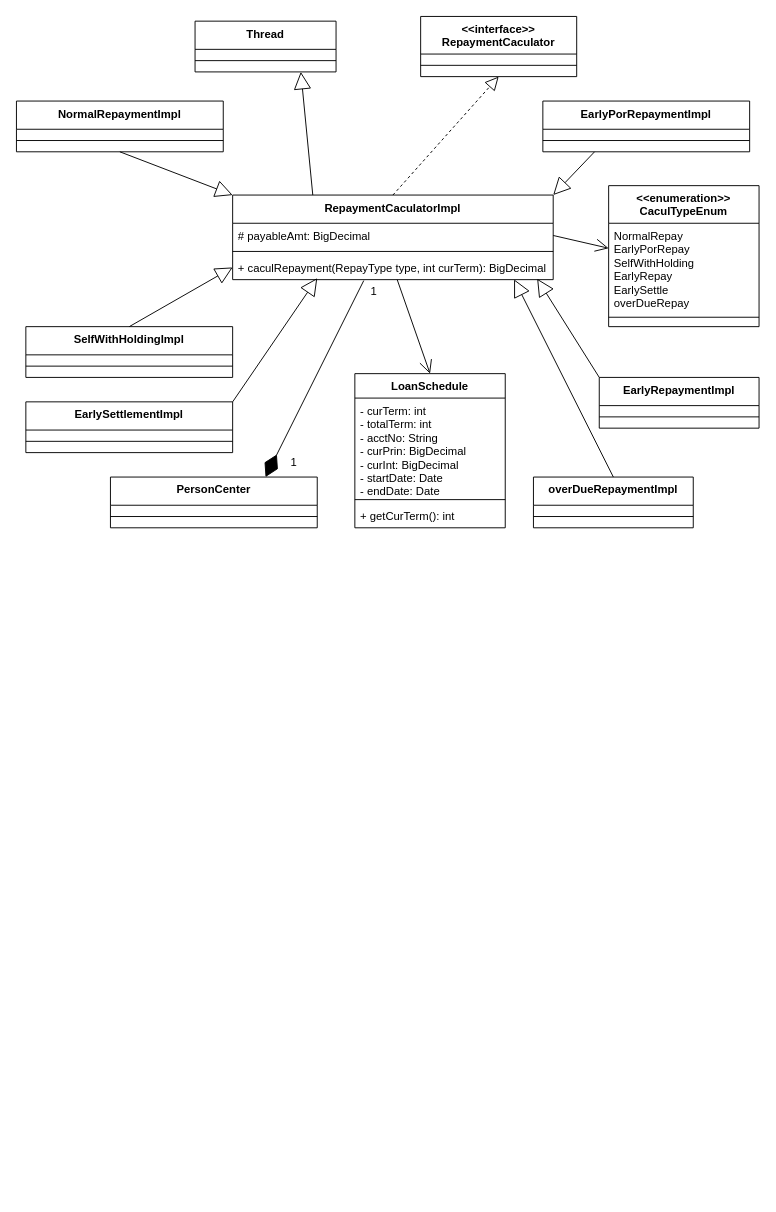
The draw.io diagram 还款试算类图.drawio in wuxiao-web/graduationThesis, before the edit. Source tidied: cells renumbered, new cells numbered last; positions are measured from the earlier drawing's top-left corner, leaving out a move shared by most shapes. Both pictures are drawn from the tidied source at 94%, with x=0, y=0 at pixel (16, 16).
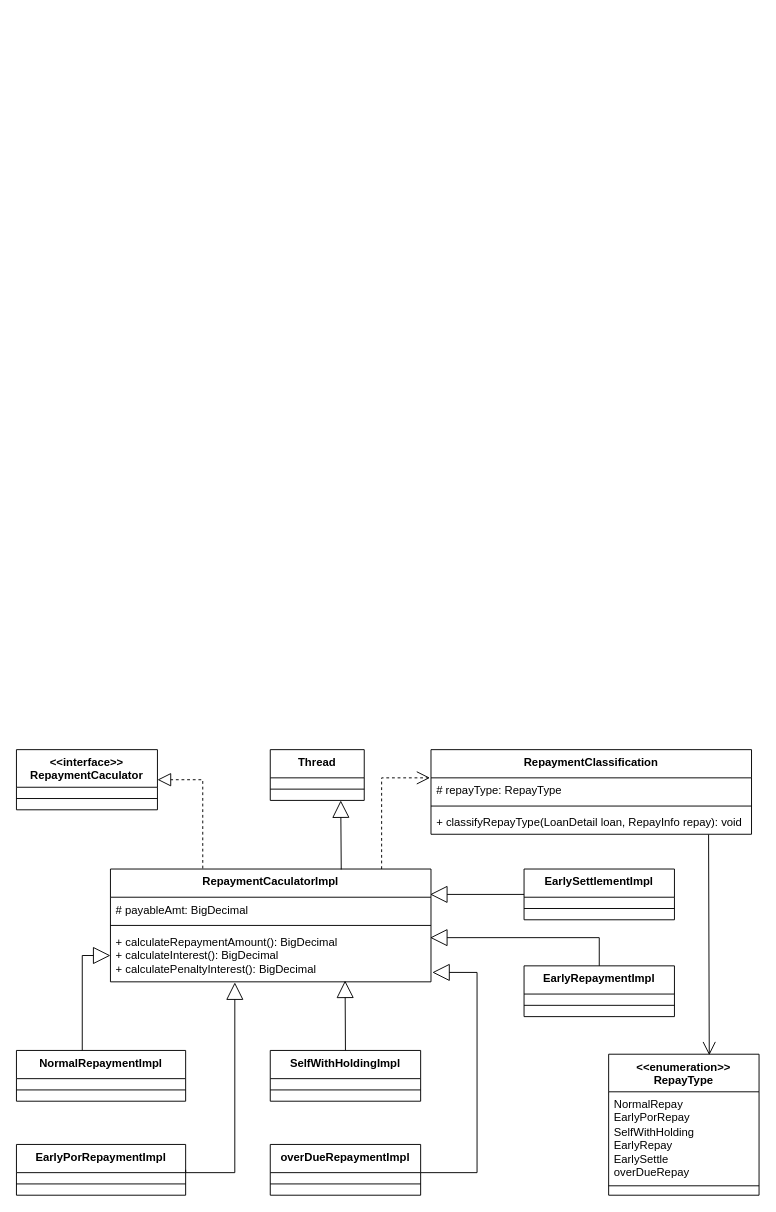
The same diagram, later.

Commit message:
更新还款试算类图.drawio

The change refers to these unchanged cells:
```xml
<mxCell id="11" value="# payableAmt: BigDecimal" style="text;strokeColor=none;fillColor=none;align=left;verticalAlign=top;spacingLeft=4;spacingRight=4;overflow=hidden;points=[[0,0.5],[1,0.5]];portConstraint=eastwest;whiteSpace=wrap;html=1;" parent="10" vertex="1">
  <mxGeometry y="30" width="341" height="26" as="geometry" />
</mxCell>
```

Diff of the diagram source:
```diff
@@
     <mxCell id="2" value="&amp;lt;&amp;lt;interface&amp;gt;&amp;gt;&lt;br&gt;RepaymentCaculator" style="swimlane;fontStyle=1;align=center;verticalAlign=top;horizontal=1;startSize=40;whiteSpace=wrap;html=1;" parent="1" vertex="1">
-      <mxGeometry x="430" width="166" height="64" as="geometry" />
+      <mxGeometry y="780" width="150" height="64" as="geometry" />
     </mxCell>
-    <mxCell id="3" style="line;strokeWidth=1;fillColor=none;align=left;verticalAlign=middle;spacingTop=-1;spacingLeft=3;spacingRight=3;labelPosition=right;strokeColor=inherit;" parent="2" vertex="1">
-      <mxGeometry y="40" width="166" height="24" as="geometry" />
-    </mxCell>
-    <mxCell id="4" value="NormalRepaymentImpl" style="swimlane;fontStyle=1;align=center;verticalAlign=top;horizontal=1;startSize=30;whiteSpace=wrap;html=1;" parent="1" vertex="1">
-      <mxGeometry y="90" width="220" height="54" as="geometry" />
-    </mxCell>
-    <mxCell id="5" style="line;strokeWidth=1;fillColor=none;align=left;verticalAlign=middle;spacingTop=-1;spacingLeft=3;spacingRight=3;labelPosition=right;strokeColor=inherit;" parent="4" vertex="1">
-      <mxGeometry y="30" width="220" height="24" as="geometry" />
-    </mxCell>
-    <mxCell id="6" value="EarlyRepaymentImpl" style="swimlane;fontStyle=1;align=center;verticalAlign=top;horizontal=1;startSize=30;whiteSpace=wrap;html=1;" parent="1" vertex="1">
-      <mxGeometry x="620" y="384" width="170" height="54" as="geometry" />
-    </mxCell>
-    <mxCell id="7" style="line;strokeWidth=1;fillColor=none;align=left;verticalAlign=middle;spacingTop=-1;spacingLeft=3;spacingRight=3;labelPosition=right;strokeColor=inherit;" parent="6" vertex="1">
-      <mxGeometry y="30" width="170" height="24" as="geometry" />
-    </mxCell>
-    <mxCell id="8" value="EarlyPorRepaymentImpl" style="swimlane;fontStyle=1;align=center;verticalAlign=top;horizontal=1;startSize=30;whiteSpace=wrap;html=1;" parent="1" vertex="1">
-      <mxGeometry x="560" y="90" width="220" height="54" as="geometry" />
-    </mxCell>
-    <mxCell id="9" style="line;strokeWidth=1;fillColor=none;align=left;verticalAlign=middle;spacingTop=-1;spacingLeft=3;spacingRight=3;labelPosition=right;strokeColor=inherit;" parent="8" vertex="1">
-      <mxGeometry y="30" width="220" height="24" as="geometry" />
-    </mxCell>
+    <mxCell id="44" style="line;strokeWidth=1;fillColor=none;align=left;verticalAlign=middle;spacingTop=-1;spacingLeft=3;spacingRight=3;labelPosition=right;strokeColor=inherit;" parent="2" vertex="1">
+      <mxGeometry y="40" width="150" height="24" as="geometry" />
+    </mxCell>
     <mxCell id="10" value="RepaymentCaculatorImpl" style="swimlane;fontStyle=1;align=center;verticalAlign=top;horizontal=1;startSize=30;whiteSpace=wrap;html=1;" parent="1" vertex="1">
-      <mxGeometry x="230" y="190" width="341" height="90" as="geometry" />
+      <mxGeometry x="100" y="907" width="341" height="120" as="geometry" />
     </mxCell>
@@
-    <mxCell id="12" style="line;strokeWidth=1;fillColor=none;align=left;verticalAlign=middle;spacingTop=-1;spacingLeft=3;spacingRight=3;labelPosition=right;strokeColor=inherit;" parent="10" vertex="1">
-      <mxGeometry y="56" width="341" height="8" as="geometry" />
-    </mxCell>
-    <mxCell id="13" value="+ caculRepayment(RepayType type, int curTerm): BigDecimal" style="text;strokeColor=none;fillColor=none;align=left;verticalAlign=top;spacingLeft=4;spacingRight=4;overflow=hidden;points=[[0,0.5],[1,0.5]];portConstraint=eastwest;whiteSpace=wrap;html=1;" parent="10" vertex="1">
-      <mxGeometry y="64" width="341" height="26" as="geometry" />
-    </mxCell>
+    <mxCell id="45" style="line;strokeWidth=1;fillColor=none;align=left;verticalAlign=middle;spacingTop=-1;spacingLeft=3;spacingRight=3;labelPosition=right;strokeColor=inherit;" parent="10" vertex="1">
+      <mxGeometry y="56" width="341" height="8" as="geometry" />
+    </mxCell>
+    <mxCell id="46" value="+&amp;nbsp;calculateRepaymentAmount(): BigDecimal&lt;br&gt;+ calculateInterest(): BigDecimal&lt;br&gt;+ calculatePenaltyInterest(): BigDecimal" style="text;strokeColor=none;fillColor=none;align=left;verticalAlign=top;spacingLeft=4;spacingRight=4;overflow=hidden;points=[[0,0.5],[1,0.5]];portConstraint=eastwest;whiteSpace=wrap;html=1;" parent="10" vertex="1">
+      <mxGeometry y="64" width="341" height="56" as="geometry" />
+    </mxCell>
+    <mxCell id="31" value="Thread" style="swimlane;fontStyle=1;align=center;verticalAlign=top;horizontal=1;startSize=30;whiteSpace=wrap;html=1;" parent="1" vertex="1">
+      <mxGeometry x="270" y="780" width="100" height="54" as="geometry" />
+    </mxCell>
+    <mxCell id="47" style="line;strokeWidth=1;fillColor=none;align=left;verticalAlign=middle;spacingTop=-1;spacingLeft=3;spacingRight=3;labelPosition=right;strokeColor=inherit;" parent="31" vertex="1">
+      <mxGeometry y="30" width="100" height="24" as="geometry" />
+    </mxCell>
-    <mxCell id="14" style="endArrow=block;dashed=1;endFill=0;endSize=12;html=1;rounded=0;exitX=0.5;exitY=0;exitDx=0;exitDy=0;entryX=0.5;entryY=1;entryDx=0;entryDy=0;" parent="1" edge="1" source="10" target="2">
+    <mxCell id="14" style="endArrow=block;dashed=1;endFill=0;endSize=12;html=1;rounded=0;exitX=0.288;exitY=-0.005;exitDx=0;exitDy=0;exitPerimeter=0;entryX=1;entryY=0.5;entryDx=0;entryDy=0;edgeStyle=orthogonalEdgeStyle;" parent="1" edge="1" source="10" target="2">
       <mxGeometry relative="1" as="geometry" />
     </mxCell>
-    <mxCell id="15" value="EarlySettlementImpl" style="swimlane;fontStyle=1;align=center;verticalAlign=top;horizontal=1;startSize=30;whiteSpace=wrap;html=1;" parent="1" vertex="1">
-      <mxGeometry x="10" y="410" width="220" height="54" as="geometry" />
-    </mxCell>
-    <mxCell id="16" style="line;strokeWidth=1;fillColor=none;align=left;verticalAlign=middle;spacingTop=-1;spacingLeft=3;spacingRight=3;labelPosition=right;strokeColor=inherit;" parent="15" vertex="1">
-      <mxGeometry y="30" width="220" height="24" as="geometry" />
-    </mxCell>
-    <mxCell id="17" value="overDueRepaymentImpl" style="swimlane;fontStyle=1;align=center;verticalAlign=top;horizontal=1;startSize=30;whiteSpace=wrap;html=1;" parent="1" vertex="1">
-      <mxGeometry x="550" y="490" width="170" height="54" as="geometry" />
-    </mxCell>
-    <mxCell id="18" style="line;strokeWidth=1;fillColor=none;align=left;verticalAlign=middle;spacingTop=-1;spacingLeft=3;spacingRight=3;labelPosition=right;strokeColor=inherit;" parent="17" vertex="1">
-      <mxGeometry y="30" width="170" height="24" as="geometry" />
-    </mxCell>
-    <mxCell id="19" value="SelfWithHoldingImpl" style="swimlane;fontStyle=1;align=center;verticalAlign=top;horizontal=1;startSize=30;whiteSpace=wrap;html=1;" parent="1" vertex="1">
-      <mxGeometry x="10" y="330" width="220" height="54" as="geometry" />
-    </mxCell>
-    <mxCell id="20" style="line;strokeWidth=1;fillColor=none;align=left;verticalAlign=middle;spacingTop=-1;spacingLeft=3;spacingRight=3;labelPosition=right;strokeColor=inherit;" parent="19" vertex="1">
-      <mxGeometry y="30" width="220" height="24" as="geometry" />
-    </mxCell>
-    <mxCell id="21" value="&lt;b style=&quot;border-color: var(--border-color);&quot;&gt;&amp;lt;&amp;lt;enumeration&amp;gt;&amp;gt;&lt;br style=&quot;border-color: var(--border-color);&quot;&gt;CaculTypeEnum&lt;br&gt;&lt;/b&gt;" style="swimlane;fontStyle=1;align=center;verticalAlign=top;horizontal=1;startSize=40;whiteSpace=wrap;html=1;" parent="1" vertex="1">
-      <mxGeometry x="630" y="180" width="160" height="150" as="geometry" />
-    </mxCell>
+    <mxCell id="33" style="endArrow=block;endSize=16;endFill=0;html=1;rounded=0;entryX=0.75;entryY=1;entryDx=0;entryDy=0;exitX=0.72;exitY=0.004;exitDx=0;exitDy=0;exitPerimeter=0;" parent="1" edge="1" source="10" target="31">
+      <mxGeometry relative="1" as="geometry" />
+    </mxCell>
+    <mxCell id="48" value="RepaymentClassification" style="swimlane;fontStyle=1;align=center;verticalAlign=top;horizontal=1;startSize=30;whiteSpace=wrap;html=1;" parent="1" vertex="1">
+      <mxGeometry x="441" y="780" width="341" height="90" as="geometry" />
+    </mxCell>
+    <mxCell id="49" value="# repayType: RepayType" style="text;strokeColor=none;fillColor=none;align=left;verticalAlign=top;spacingLeft=4;spacingRight=4;overflow=hidden;whiteSpace=wrap;html=1;" parent="48" vertex="1">
+      <mxGeometry y="30" width="341" height="26" as="geometry" />
+    </mxCell>
+    <mxCell id="50" style="line;strokeWidth=1;fillColor=none;align=left;verticalAlign=middle;spacingTop=-1;spacingLeft=3;spacingRight=3;labelPosition=right;strokeColor=inherit;" parent="48" vertex="1">
+      <mxGeometry y="56" width="341" height="8" as="geometry" />
+    </mxCell>
+    <mxCell id="51" value="+ classifyRepayType(LoanDetail loan, RepayInfo repay): void&amp;nbsp;" style="text;strokeColor=none;fillColor=none;align=left;verticalAlign=top;spacingLeft=4;spacingRight=4;overflow=hidden;points=[[0,0.5],[1,0.5]];portConstraint=eastwest;whiteSpace=wrap;html=1;" parent="48" vertex="1">
+      <mxGeometry y="64" width="341" height="26" as="geometry" />
+    </mxCell>
+    <mxCell id="52" style="endArrow=open;endSize=12;dashed=1;html=1;rounded=0;exitX=0.846;exitY=0;exitDx=0;exitDy=0;exitPerimeter=0;edgeStyle=orthogonalEdgeStyle;" parent="1" edge="1" source="10">
+      <mxGeometry relative="1" as="geometry">
+        <mxPoint x="440" y="810" as="targetPoint" />
+        <Array as="points">
+          <mxPoint x="389" y="810" />
+          <mxPoint x="441" y="810" />
+        </Array>
+      </mxGeometry>
+    </mxCell>
+    <mxCell id="53" value="&lt;b style=&quot;border-color: var(--border-color);&quot;&gt;&amp;lt;&amp;lt;enumeration&amp;gt;&amp;gt;&lt;br style=&quot;border-color: var(--border-color);&quot;&gt;RepayType&lt;br&gt;&lt;/b&gt;" style="swimlane;fontStyle=1;align=center;verticalAlign=top;horizontal=1;startSize=40;whiteSpace=wrap;html=1;" parent="1" vertex="1">
+      <mxGeometry x="630" y="1104" width="160" height="150" as="geometry" />
+    </mxCell>
-    <mxCell id="22" value="NormalRepay&lt;br&gt;EarlyPorRepay&lt;br&gt;SelfWithHolding&lt;br&gt;EarlyRepay&lt;br&gt;EarlySettle&lt;br&gt;overDueRepay" style="text;strokeColor=none;fillColor=none;align=left;verticalAlign=top;spacingLeft=4;spacingRight=4;overflow=hidden;points=[[0,0.5],[1,0.5]];portConstraint=eastwest;whiteSpace=wrap;html=1;" parent="21" vertex="1">
+    <mxCell id="22" value="NormalRepay&lt;br&gt;EarlyPorRepay&lt;br&gt;SelfWithHolding&lt;br&gt;EarlyRepay&lt;br&gt;EarlySettle&lt;br&gt;overDueRepay" style="text;strokeColor=none;fillColor=none;align=left;verticalAlign=top;spacingLeft=4;spacingRight=4;overflow=hidden;points=[[0,0.5],[1,0.5]];portConstraint=eastwest;whiteSpace=wrap;html=1;" parent="53" vertex="1">
       <mxGeometry y="40" width="160" height="90" as="geometry" />
     </mxCell>
-    <mxCell id="23" style="line;strokeWidth=1;fillColor=none;align=left;verticalAlign=middle;spacingTop=-1;spacingLeft=3;spacingRight=3;labelPosition=right;strokeColor=inherit;" parent="21" vertex="1">
+    <mxCell id="23" style="line;strokeWidth=1;fillColor=none;align=left;verticalAlign=middle;spacingTop=-1;spacingLeft=3;spacingRight=3;labelPosition=right;strokeColor=inherit;" parent="53" vertex="1">
       <mxGeometry y="130" width="160" height="20" as="geometry" />
     </mxCell>
-    <mxCell id="24" style="endArrow=open;endFill=1;endSize=12;html=1;rounded=0;exitX=1;exitY=0.5;exitDx=0;exitDy=0;" parent="1" edge="1" source="11" target="22">
-      <mxGeometry relative="1" as="geometry" />
-    </mxCell>
-    <mxCell id="25" style="endArrow=block;endSize=16;endFill=0;html=1;rounded=0;exitX=0.5;exitY=1;exitDx=0;exitDy=0;entryX=0;entryY=0;entryDx=0;entryDy=0;" parent="1" edge="1" source="4" target="10">
-      <mxGeometry relative="1" as="geometry" />
-    </mxCell>
-    <mxCell id="26" style="endArrow=block;endSize=16;endFill=0;html=1;rounded=0;exitX=0.25;exitY=1;exitDx=0;exitDy=0;entryX=1;entryY=0;entryDx=0;entryDy=0;" parent="1" edge="1" source="8" target="10">
-      <mxGeometry relative="1" as="geometry" />
-    </mxCell>
-    <mxCell id="27" style="endArrow=block;endSize=16;endFill=0;html=1;rounded=0;exitX=0.5;exitY=0;exitDx=0;exitDy=0;entryX=0;entryY=0.5;entryDx=0;entryDy=0;" parent="1" edge="1" source="19" target="13">
-      <mxGeometry relative="1" as="geometry" />
-    </mxCell>
-    <mxCell id="28" style="endArrow=block;endSize=16;endFill=0;html=1;rounded=0;exitX=0;exitY=0;exitDx=0;exitDy=0;entryX=0.95;entryY=0.962;entryDx=0;entryDy=0;entryPerimeter=0;" parent="1" edge="1" source="6" target="13">
-      <mxGeometry relative="1" as="geometry" />
-    </mxCell>
-    <mxCell id="29" style="endArrow=block;endSize=16;endFill=0;html=1;rounded=0;exitX=1;exitY=0;exitDx=0;exitDy=0;entryX=0.264;entryY=0.936;entryDx=0;entryDy=0;entryPerimeter=0;" parent="1" edge="1" source="15" target="13">
-      <mxGeometry relative="1" as="geometry" />
-    </mxCell>
-    <mxCell id="30" style="endArrow=block;endSize=16;endFill=0;html=1;rounded=0;exitX=0.5;exitY=0;exitDx=0;exitDy=0;entryX=0.878;entryY=0.987;entryDx=0;entryDy=0;entryPerimeter=0;" parent="1" edge="1" source="17" target="13">
-      <mxGeometry relative="1" as="geometry" />
-    </mxCell>
-    <mxCell id="31" value="Thread" style="swimlane;fontStyle=1;align=center;verticalAlign=top;horizontal=1;startSize=30;whiteSpace=wrap;html=1;" parent="1" vertex="1">
-      <mxGeometry x="190" y="5" width="150" height="54" as="geometry" />
-    </mxCell>
-    <mxCell id="32" style="line;strokeWidth=1;fillColor=none;align=left;verticalAlign=middle;spacingTop=-1;spacingLeft=3;spacingRight=3;labelPosition=right;strokeColor=inherit;" parent="31" vertex="1">
-      <mxGeometry y="30" width="150" height="24" as="geometry" />
-    </mxCell>
-    <mxCell id="33" style="endArrow=block;endSize=16;endFill=0;html=1;rounded=0;exitX=0.25;exitY=0;exitDx=0;exitDy=0;entryX=0.75;entryY=1;entryDx=0;entryDy=0;" parent="1" edge="1" source="10" target="31">
-      <mxGeometry relative="1" as="geometry" />
-    </mxCell>
-    <mxCell id="34" value="PersonCenter" style="swimlane;fontStyle=1;align=center;verticalAlign=top;horizontal=1;startSize=30;whiteSpace=wrap;html=1;" parent="1" vertex="1">
-      <mxGeometry x="100" y="490" width="220" height="54" as="geometry" />
-    </mxCell>
-    <mxCell id="35" style="line;strokeWidth=1;fillColor=none;align=left;verticalAlign=middle;spacingTop=-1;spacingLeft=3;spacingRight=3;labelPosition=right;strokeColor=inherit;" parent="34" vertex="1">
-      <mxGeometry y="30" width="220" height="24" as="geometry" />
-    </mxCell>
-    <mxCell id="36" style="endArrow=diamondThin;endFill=1;endSize=24;html=1;rounded=0;exitX=0.409;exitY=1.038;exitDx=0;exitDy=0;exitPerimeter=0;entryX=0.75;entryY=0;entryDx=0;entryDy=0;" parent="1" edge="1" source="13" target="34">
-      <mxGeometry relative="1" as="geometry" />
-    </mxCell>
-    <mxCell id="37" value="1" style="text;html=1;align=center;verticalAlign=middle;strokeColor=none;fillColor=none;" parent="1" vertex="1">
-      <mxGeometry x="365" y="278" width="30" height="30" as="geometry" />
-    </mxCell>
-    <mxCell id="38" value="1" style="text;html=1;align=center;verticalAlign=middle;strokeColor=none;fillColor=none;" parent="1" vertex="1">
-      <mxGeometry x="280" y="460" width="30" height="30" as="geometry" />
-    </mxCell>
-    <mxCell id="39" value="LoanSchedule" style="swimlane;fontStyle=1;align=center;verticalAlign=top;horizontal=1;startSize=26;whiteSpace=wrap;html=1;" parent="1" vertex="1">
-      <mxGeometry x="360" y="380" width="160" height="164" as="geometry" />
-    </mxCell>
-    <mxCell id="40" value="- curTerm: int&lt;br&gt;- totalTerm: int&lt;br&gt;- acctNo: String&lt;br&gt;- curPrin: BigDecimal&lt;br&gt;- curInt: BigDecimal&lt;br&gt;- startDate: Date&lt;br&gt;- endDate: Date" style="text;strokeColor=none;fillColor=none;align=left;verticalAlign=top;spacingLeft=4;spacingRight=4;overflow=hidden;whiteSpace=wrap;html=1;" parent="39" vertex="1">
-      <mxGeometry y="26" width="160" height="104" as="geometry" />
-    </mxCell>
-    <mxCell id="41" style="line;strokeWidth=1;fillColor=none;align=left;verticalAlign=middle;spacingTop=-1;spacingLeft=3;spacingRight=3;labelPosition=right;strokeColor=inherit;" parent="39" vertex="1">
-      <mxGeometry y="130" width="160" height="8" as="geometry" />
-    </mxCell>
-    <mxCell id="42" value="+ getCurTerm(): int&amp;nbsp;" style="text;strokeColor=none;fillColor=none;align=left;verticalAlign=top;spacingLeft=4;spacingRight=4;overflow=hidden;whiteSpace=wrap;html=1;" parent="39" vertex="1">
-      <mxGeometry y="138" width="160" height="26" as="geometry" />
-    </mxCell>
-    <mxCell id="43" style="endArrow=open;endFill=1;endSize=12;html=1;rounded=0;entryX=0.5;entryY=0;entryDx=0;entryDy=0;" parent="1" edge="1" source="13" target="39">
-      <mxGeometry relative="1" as="geometry" />
-    </mxCell>
+    <mxCell id="4" value="NormalRepaymentImpl" style="swimlane;fontStyle=1;align=center;verticalAlign=top;horizontal=1;startSize=30;whiteSpace=wrap;html=1;" parent="1" vertex="1">
+      <mxGeometry y="1100" width="180" height="54" as="geometry" />
+    </mxCell>
+    <mxCell id="54" style="line;strokeWidth=1;fillColor=none;align=left;verticalAlign=middle;spacingTop=-1;spacingLeft=3;spacingRight=3;labelPosition=right;strokeColor=inherit;" parent="4" vertex="1">
+      <mxGeometry y="30" width="180" height="24" as="geometry" />
+    </mxCell>
+    <mxCell id="55" style="endArrow=block;endSize=16;endFill=0;html=1;rounded=0;entryX=0;entryY=0.5;entryDx=0;entryDy=0;edgeStyle=orthogonalEdgeStyle;" parent="1" edge="1" target="46">
+      <mxGeometry relative="1" as="geometry">
+        <mxPoint x="70" y="1100" as="sourcePoint" />
+        <Array as="points">
+          <mxPoint x="70" y="1100" />
+          <mxPoint x="70" y="999" />
+        </Array>
+      </mxGeometry>
+    </mxCell>
+    <mxCell id="8" value="EarlyPorRepaymentImpl" style="swimlane;fontStyle=1;align=center;verticalAlign=top;horizontal=1;startSize=30;whiteSpace=wrap;html=1;" parent="1" vertex="1">
+      <mxGeometry y="1200" width="180" height="54" as="geometry" />
+    </mxCell>
+    <mxCell id="56" style="line;strokeWidth=1;fillColor=none;align=left;verticalAlign=middle;spacingTop=-1;spacingLeft=3;spacingRight=3;labelPosition=right;strokeColor=inherit;" parent="8" vertex="1">
+      <mxGeometry y="30" width="180" height="24" as="geometry" />
+    </mxCell>
+    <mxCell id="57" style="endArrow=block;endSize=16;endFill=0;html=1;rounded=0;entryX=0.388;entryY=1.011;entryDx=0;entryDy=0;entryPerimeter=0;edgeStyle=orthogonalEdgeStyle;exitX=1;exitY=0.5;exitDx=0;exitDy=0;" parent="1" edge="1" source="8" target="46">
+      <mxGeometry relative="1" as="geometry">
+        <Array as="points">
+          <mxPoint x="180" y="1230" />
+          <mxPoint x="232" y="1230" />
+        </Array>
+      </mxGeometry>
+    </mxCell>
+    <mxCell id="19" value="SelfWithHoldingImpl" style="swimlane;fontStyle=1;align=center;verticalAlign=top;horizontal=1;startSize=30;whiteSpace=wrap;html=1;" parent="1" vertex="1">
+      <mxGeometry x="270" y="1100" width="160" height="54" as="geometry" />
+    </mxCell>
+    <mxCell id="58" style="line;strokeWidth=1;fillColor=none;align=left;verticalAlign=middle;spacingTop=-1;spacingLeft=3;spacingRight=3;labelPosition=right;strokeColor=inherit;" parent="19" vertex="1">
+      <mxGeometry y="30" width="160" height="24" as="geometry" />
+    </mxCell>
+    <mxCell id="59" style="endArrow=block;endSize=16;endFill=0;html=1;rounded=0;exitX=0.5;exitY=0;exitDx=0;exitDy=0;entryX=0.732;entryY=0.976;entryDx=0;entryDy=0;entryPerimeter=0;" parent="1" edge="1" source="19" target="46">
+      <mxGeometry relative="1" as="geometry" />
+    </mxCell>
+    <mxCell id="15" value="EarlySettlementImpl" style="swimlane;fontStyle=1;align=center;verticalAlign=top;horizontal=1;startSize=30;whiteSpace=wrap;html=1;" parent="1" vertex="1">
+      <mxGeometry x="540" y="907" width="160" height="54" as="geometry" />
+    </mxCell>
+    <mxCell id="60" style="line;strokeWidth=1;fillColor=none;align=left;verticalAlign=middle;spacingTop=-1;spacingLeft=3;spacingRight=3;labelPosition=right;strokeColor=inherit;" parent="15" vertex="1">
+      <mxGeometry y="30" width="160" height="24" as="geometry" />
+    </mxCell>
+    <mxCell id="17" value="overDueRepaymentImpl" style="swimlane;fontStyle=1;align=center;verticalAlign=top;horizontal=1;startSize=30;whiteSpace=wrap;html=1;" parent="1" vertex="1">
+      <mxGeometry x="270" y="1200" width="160" height="54" as="geometry" />
+    </mxCell>
+    <mxCell id="61" style="line;strokeWidth=1;fillColor=none;align=left;verticalAlign=middle;spacingTop=-1;spacingLeft=3;spacingRight=3;labelPosition=right;strokeColor=inherit;" parent="17" vertex="1">
+      <mxGeometry y="30" width="160" height="24" as="geometry" />
+    </mxCell>
+    <mxCell id="62" style="endArrow=block;endSize=16;endFill=0;html=1;rounded=0;entryX=1.004;entryY=0.821;entryDx=0;entryDy=0;entryPerimeter=0;edgeStyle=orthogonalEdgeStyle;" parent="1" edge="1" target="46">
+      <mxGeometry relative="1" as="geometry">
+        <mxPoint x="430" y="1230" as="sourcePoint" />
+        <Array as="points">
+          <mxPoint x="490" y="1230" />
+          <mxPoint x="490" y="1017" />
+        </Array>
+      </mxGeometry>
+    </mxCell>
+    <mxCell id="6" value="EarlyRepaymentImpl" style="swimlane;fontStyle=1;align=center;verticalAlign=top;horizontal=1;startSize=30;whiteSpace=wrap;html=1;" parent="1" vertex="1">
+      <mxGeometry x="540" y="1010" width="160" height="54" as="geometry" />
+    </mxCell>
+    <mxCell id="63" style="endArrow=block;endSize=16;endFill=0;html=1;rounded=0;edgeStyle=orthogonalEdgeStyle;" parent="6" edge="1">
+      <mxGeometry relative="1" as="geometry">
+        <mxPoint x="80" as="sourcePoint" />
+        <mxPoint x="-100" y="-30" as="targetPoint" />
+        <Array as="points">
+          <mxPoint x="80" y="-30" />
+        </Array>
+      </mxGeometry>
+    </mxCell>
+    <mxCell id="64" style="line;strokeWidth=1;fillColor=none;align=left;verticalAlign=middle;spacingTop=-1;spacingLeft=3;spacingRight=3;labelPosition=right;strokeColor=inherit;" parent="6" vertex="1">
+      <mxGeometry y="30" width="160" height="24" as="geometry" />
+    </mxCell>
+    <mxCell id="65" style="endArrow=block;endSize=16;endFill=0;html=1;rounded=0;exitX=0;exitY=0.5;exitDx=0;exitDy=0;" parent="1" edge="1" source="15">
+      <mxGeometry relative="1" as="geometry">
+        <mxPoint x="440" y="934" as="targetPoint" />
+      </mxGeometry>
+    </mxCell>
+    <mxCell id="66" style="endArrow=open;endFill=1;endSize=12;html=1;rounded=0;exitX=0.866;exitY=1.013;exitDx=0;exitDy=0;exitPerimeter=0;entryX=0.669;entryY=0.007;entryDx=0;entryDy=0;entryPerimeter=0;" parent="1" edge="1" source="51" target="53">
+      <mxGeometry relative="1" as="geometry" />
+    </mxCell>
```
